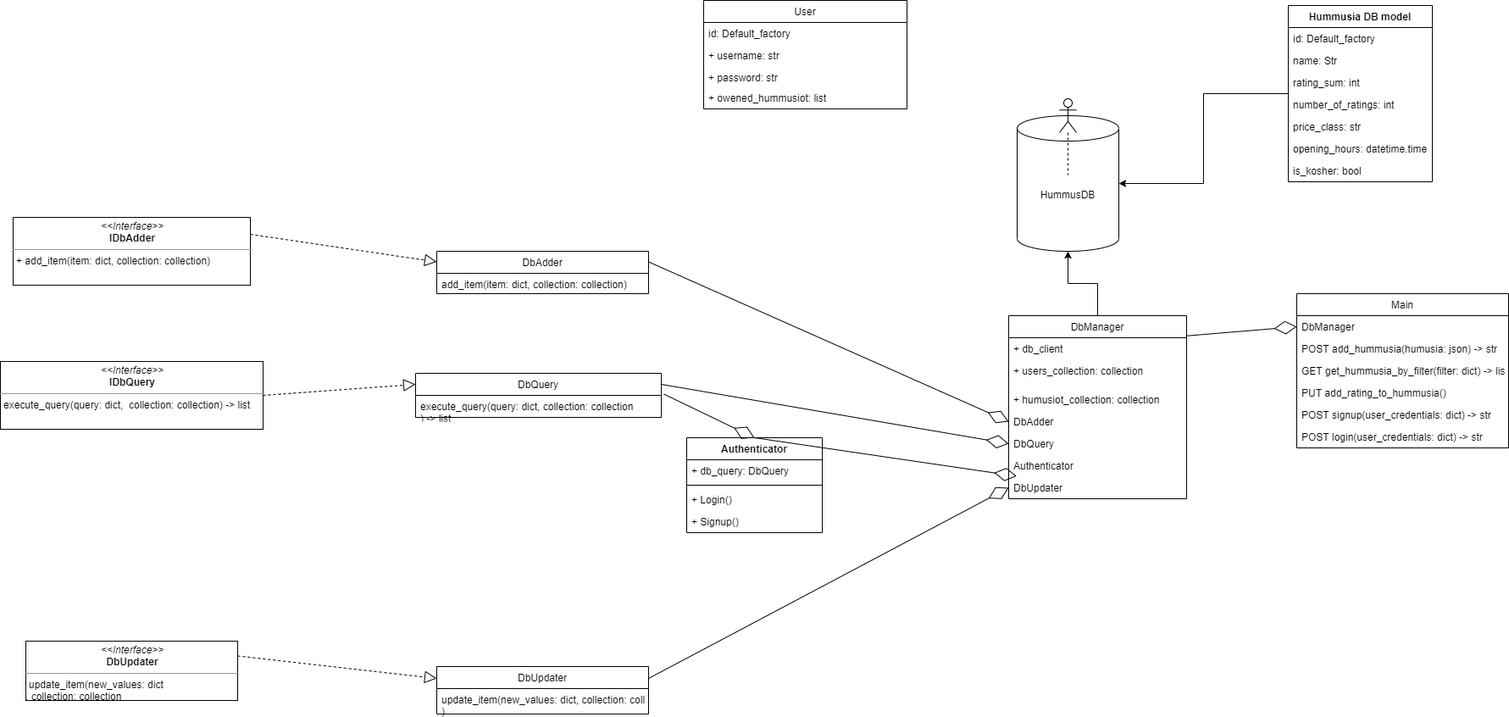
Above: hummusDB.png in almog674/love_hummus_backend (draw.io), before the change. Source tidied: cells renumbered, new cells last; positions are measured from the earlier drawing's top-left corner, leaving out a move shared by most shapes.
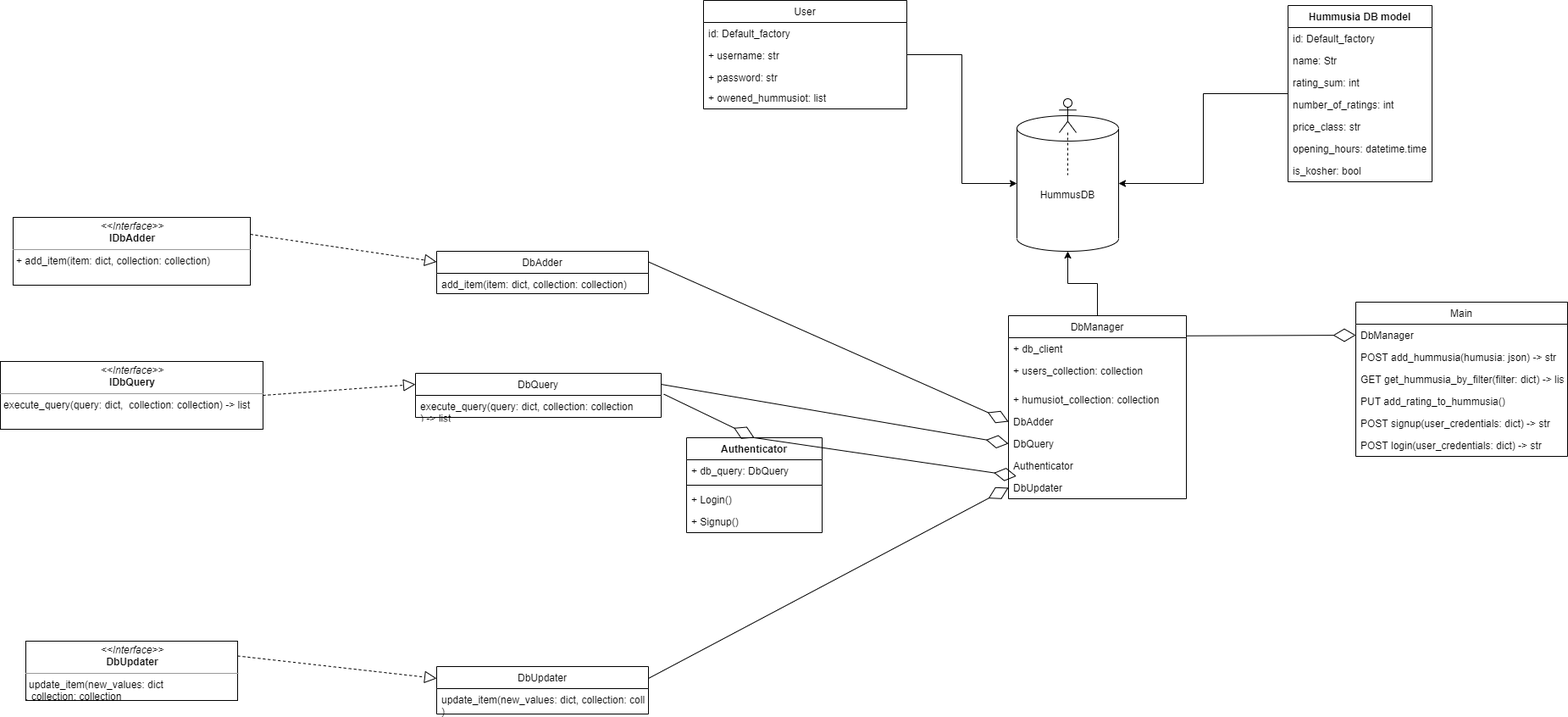
The same file after the commit.

The edit, as a diff of the source:
```diff
@@ -6,7 +6,7 @@
       <mxGeometry x="1200" y="136" width="120" height="160" as="geometry" />
     </mxCell>
     <mxCell id="3" value="Main" style="swimlane;fontStyle=0;horizontal=1;startSize=26;fillColor=none;" parent="1" vertex="1">
-      <mxGeometry x="1530" y="346" width="250" height="182" as="geometry" />
+      <mxGeometry x="1600" y="356" width="250" height="182" as="geometry" />
     </mxCell>
     <mxCell id="4" value="DbManager" style="text;strokeColor=none;fillColor=none;align=left;verticalAlign=top;spacingLeft=4;spacingRight=4;overflow=hidden;points=[[0,0.5],[1,0.5]];portConstraint=eastwest;" parent="3" vertex="1">
       <mxGeometry y="26" width="250" height="26" as="geometry" />
@@ -131,6 +131,9 @@
     <mxCell id="44" value="is_kosher: bool" style="text;strokeColor=none;fillColor=none;align=left;verticalAlign=top;spacingLeft=4;spacingRight=4;overflow=hidden;" parent="37" vertex="1">
       <mxGeometry y="182" width="170" height="26" as="geometry" />
     </mxCell>
+    <mxCell id="57" style="edgeStyle=orthogonalEdgeStyle;rounded=0;jettySize=auto;html=1;entryX=0;entryY=0.5;entryDx=0;entryDy=0;entryPerimeter=0;" parent="1" edge="1" source="45" target="2">
+      <mxGeometry relative="1" as="geometry" />
+    </mxCell>
     <mxCell id="45" value="User" style="swimlane;fontStyle=0;horizontal=1;startSize=26;fillColor=none;" parent="1" vertex="1">
       <mxGeometry x="830" width="240" height="128" as="geometry" />
     </mxCell>
```
